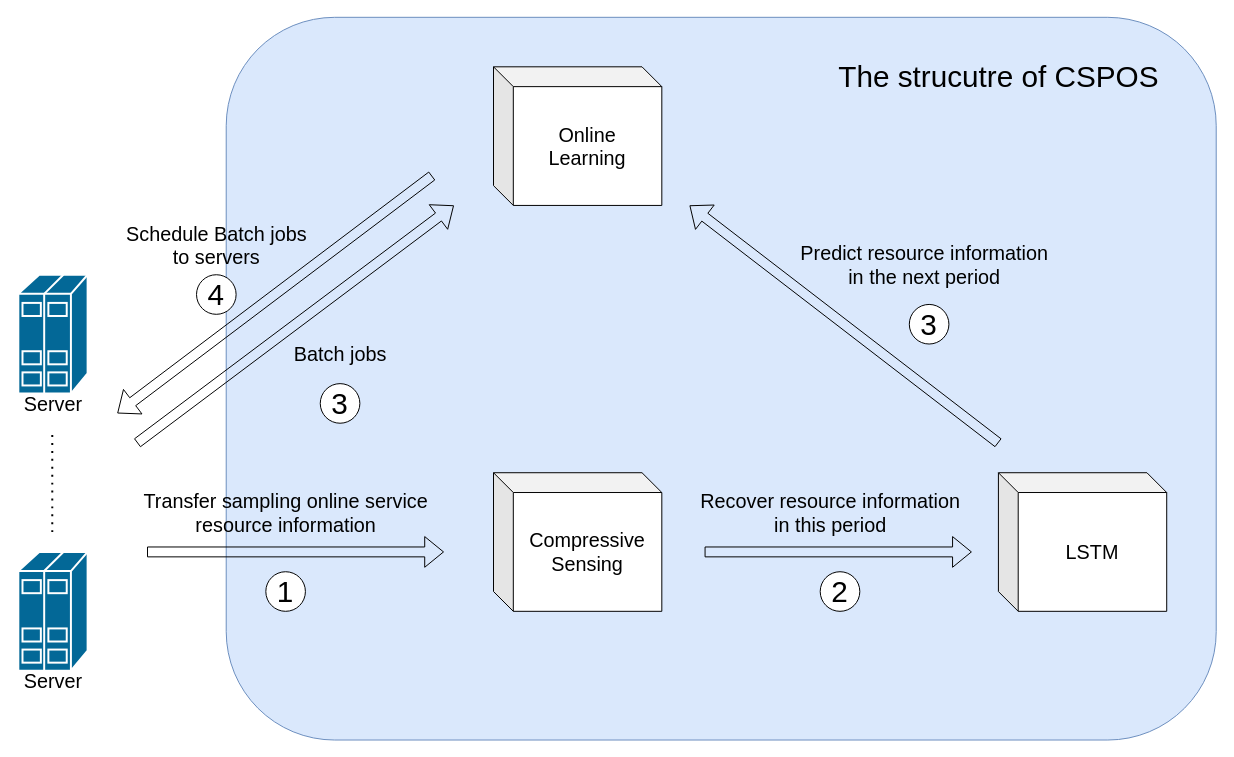
Earlier version of the draw.io diagram Untitled Diagram.drawio (chenrx7/DQN_MVC). Source tidied: cells renumbered, new cells numbered last; positions are measured from the earlier drawing's top-left corner, leaving out a move shared by most shapes. Both pictures are drawn from the tidied source at 99%, with x=0, y=0 at pixel (18, 17).
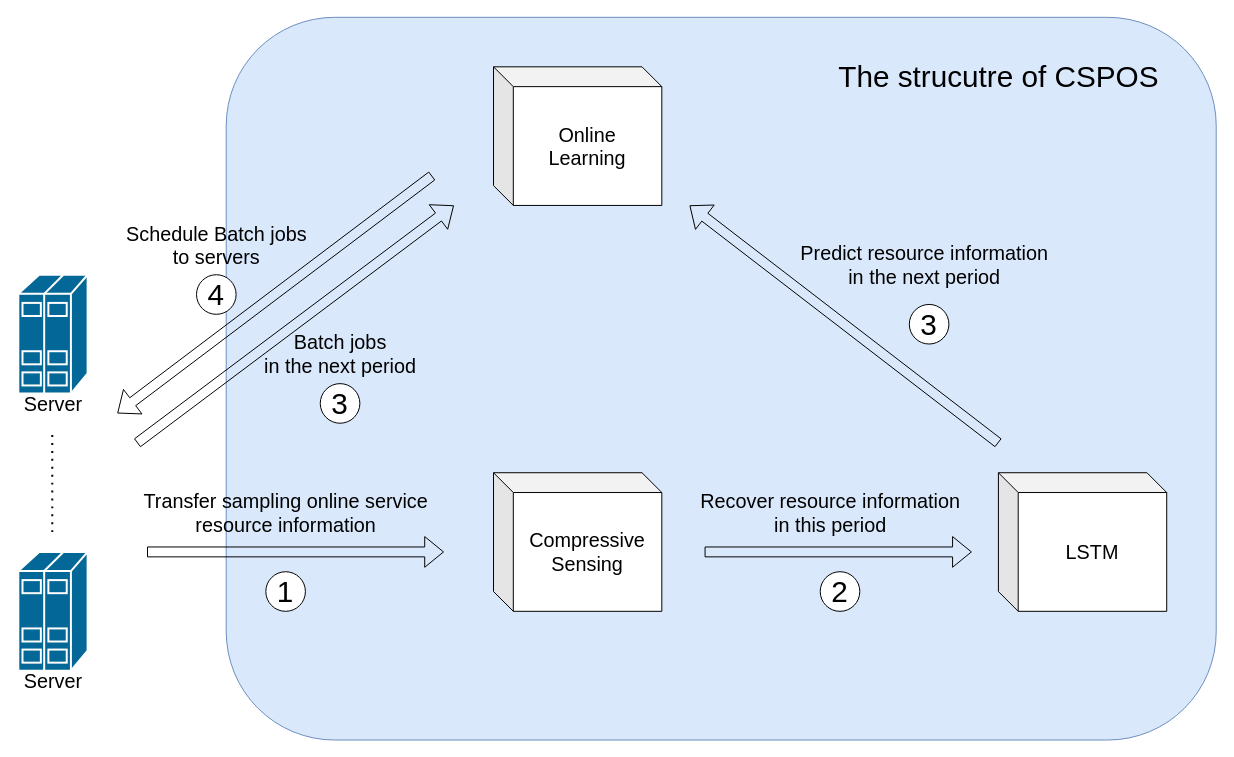
Above is the later version.

What changed in the source:
```diff
@@
-    <mxCell id="12" value="&lt;span style=&quot;font-size: 20px&quot;&gt;Batch jobs&lt;br&gt;&lt;/span&gt;" style="text;html=1;align=center;verticalAlign=middle;fillColor=none;strokeColor=none;rounded=0;shadow=0;rotation=0;" parent="1" vertex="1">
-      <mxGeometry x="270" y="330" width="110" height="20" as="geometry" />
+    <mxCell id="12" value="&lt;span style=&quot;font-size: 20px&quot;&gt;Batch jobs&lt;br&gt;in the next period&lt;br&gt;&lt;/span&gt;" style="text;html=1;align=center;verticalAlign=middle;fillColor=none;strokeColor=none;rounded=0;shadow=0;rotation=0;" parent="1" vertex="1">
+      <mxGeometry x="240" y="320" width="170" height="40" as="geometry" />
     </mxCell>
```
